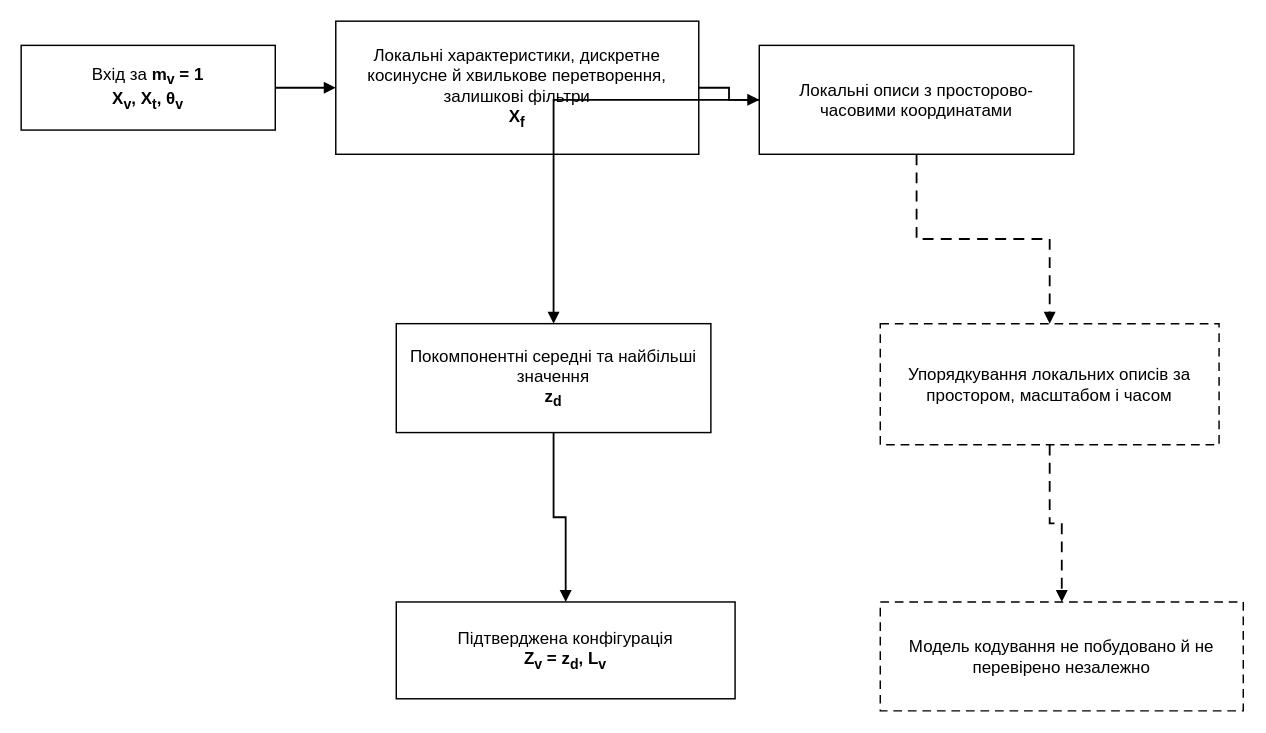
Above: title/figures_drawio/fig_3_3_wavelet_tokenization.drawio in oleksandrmelnychenko/dima-phd (draw.io), before the change. Source tidied: cells renumbered, new cells numbered last; positions are measured from the earlier drawing's top-left corner, leaving out a move shared by most shapes. Both pictures are drawn from the tidied source at 121%, with x=0, y=0 at pixel (21, 21).
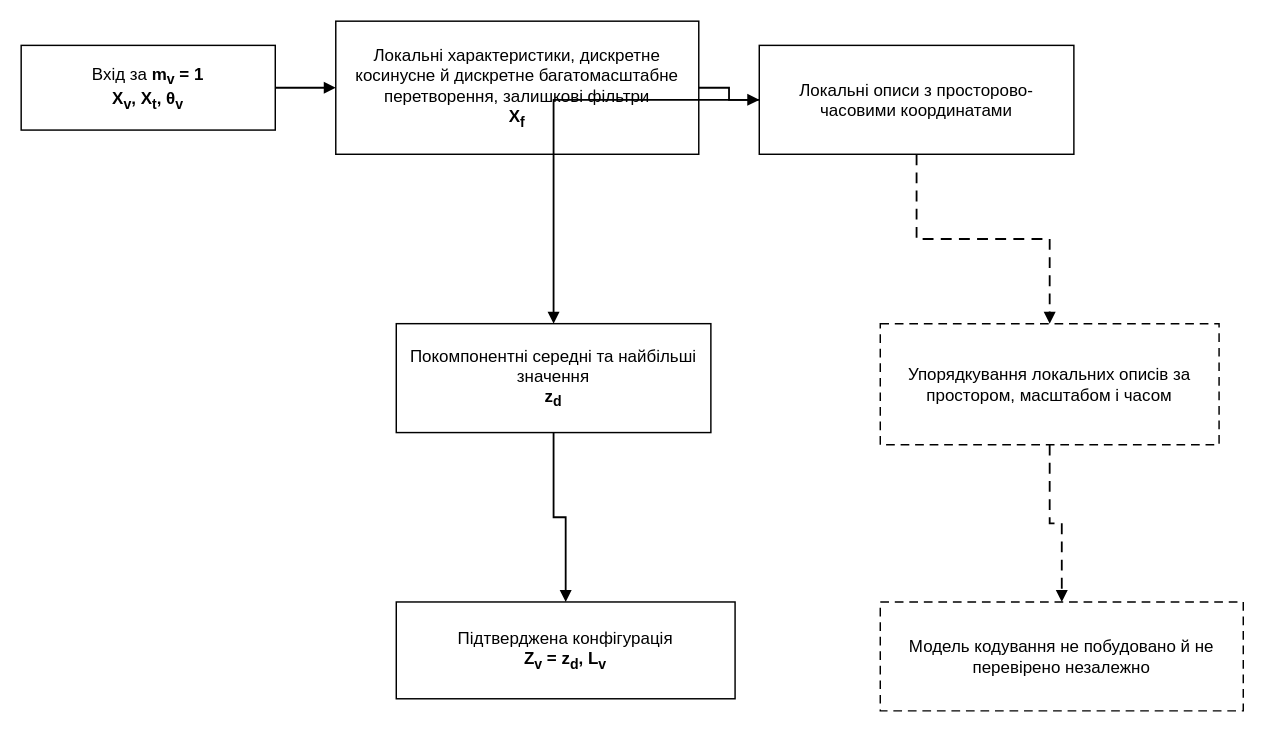
The same diagram, later.

Diff of the diagram source:
```diff
@@
 <mxGraphModel>
   <root>
     <mxCell id="0" />
     <mxCell id="1" parent="0" />
     <mxCell id="2" value="Вхід за &lt;b&gt;m&lt;sub&gt;v&lt;/sub&gt; = 1&lt;/b&gt;&lt;br&gt;&lt;b&gt;X&lt;sub&gt;v&lt;/sub&gt;, X&lt;sub&gt;t&lt;/sub&gt;, θ&lt;sub&gt;v&lt;/sub&gt;&lt;/b&gt;" style="rounded=0;whiteSpace=wrap;html=1;fillColor=#ffffff;strokeColor=#000000;strokeWidth=1.2;fontColor=#000000;fontSize=14;align=center;verticalAlign=middle;spacing=8;" parent="1" vertex="1">
       <mxGeometry y="20" width="210" height="70" as="geometry" />
     </mxCell>
-    <mxCell id="3" value="Локальні характеристики, дискретне косинусне й хвилькове перетворення, залишкові фільтри&lt;br&gt;&lt;b&gt;X&lt;sub&gt;f&lt;/sub&gt;&lt;/b&gt;" style="rounded=0;whiteSpace=wrap;html=1;fillColor=#ffffff;strokeColor=#000000;strokeWidth=1.2;fontColor=#000000;fontSize=14;align=center;verticalAlign=middle;spacing=8;" parent="1" vertex="1">
+    <mxCell id="3" value="Локальні характеристики, дискретне косинусне й дискретне багатомасштабне перетворення, залишкові фільтри&lt;br&gt;&lt;b&gt;X&lt;sub&gt;f&lt;/sub&gt;&lt;/b&gt;" style="rounded=0;whiteSpace=wrap;html=1;fillColor=#ffffff;strokeColor=#000000;strokeWidth=1.2;fontColor=#000000;fontSize=14;align=center;verticalAlign=middle;spacing=8;" parent="1" vertex="1">
       <mxGeometry x="260" width="300" height="110" as="geometry" />
     </mxCell>
     <mxCell id="4" value="Локальні описи з просторово-часовими координатами" style="rounded=0;whiteSpace=wrap;html=1;fillColor=#ffffff;strokeColor=#000000;strokeWidth=1.2;fontColor=#000000;fontSize=14;align=center;verticalAlign=middle;spacing=8;" parent="1" vertex="1">
       <mxGeometry x="610" y="20" width="260" height="90" as="geometry" />
     </mxCell>
     <mxCell id="5" value="Покомпонентні середні та найбільші значення&lt;br&gt;&lt;b&gt;z&lt;sub&gt;d&lt;/sub&gt;&lt;/b&gt;" style="rounded=0;whiteSpace=wrap;html=1;fillColor=#ffffff;strokeColor=#000000;strokeWidth=1.2;fontColor=#000000;fontSize=14;align=center;verticalAlign=middle;spacing=8;" parent="1" vertex="1">
       <mxGeometry x="310" y="250" width="260" height="90" as="geometry" />
     </mxCell>
     <mxCell id="6" value="Упорядкування локальних описів за простором, масштабом і часом" style="rounded=0;whiteSpace=wrap;html=1;fillColor=#ffffff;strokeColor=#000000;strokeWidth=1.2;fontColor=#000000;fontSize=14;align=center;verticalAlign=middle;spacing=8;dashed=1;dashPattern=6 4;" parent="1" vertex="1">
       <mxGeometry x="710" y="250" width="280" height="100" as="geometry" />
     </mxCell>
     <mxCell id="7" value="Модель кодування не побудовано й не перевірено незалежно" style="rounded=0;whiteSpace=wrap;html=1;fillColor=#ffffff;strokeColor=#000000;strokeWidth=1.2;fontColor=#000000;fontSize=14;align=center;verticalAlign=middle;spacing=8;dashed=1;dashPattern=6 4;" parent="1" vertex="1">
       <mxGeometry x="710" y="480" width="300" height="90" as="geometry" />
     </mxCell>
     <mxCell id="8" value="Підтверджена конфігурація&lt;br&gt;&lt;b&gt;Z&lt;sub&gt;v&lt;/sub&gt; = z&lt;sub&gt;d&lt;/sub&gt;, L&lt;sub&gt;v&lt;/sub&gt;&lt;/b&gt;" style="rounded=0;whiteSpace=wrap;html=1;fillColor=#ffffff;strokeColor=#000000;strokeWidth=1.2;fontColor=#000000;fontSize=14;align=center;verticalAlign=middle;spacing=8;" parent="1" vertex="1">
       <mxGeometry x="310" y="480" width="280" height="80" as="geometry" />
     </mxCell>
     <mxCell id="9" style="edgeStyle=orthogonalEdgeStyle;rounded=0;jettySize=auto;html=1;endArrow=block;endFill=1;strokeColor=#000000;strokeWidth=1.5;" parent="1" edge="1" source="2" target="3">
       <mxGeometry relative="1" as="geometry" />
     </mxCell>
     <mxCell id="10" style="edgeStyle=orthogonalEdgeStyle;rounded=0;jettySize=auto;html=1;endArrow=block;endFill=1;strokeColor=#000000;strokeWidth=1.5;" parent="1" edge="1" source="3" target="4">
       <mxGeometry relative="1" as="geometry" />
     </mxCell>
     <mxCell id="11" style="edgeStyle=orthogonalEdgeStyle;rounded=0;jettySize=auto;html=1;endArrow=block;endFill=1;strokeColor=#000000;strokeWidth=1.5;" parent="1" edge="1" source="4" target="5">
       <mxGeometry relative="1" as="geometry" />
     </mxCell>
     <mxCell id="12" style="edgeStyle=orthogonalEdgeStyle;rounded=0;jettySize=auto;html=1;endArrow=block;endFill=1;strokeColor=#000000;strokeWidth=1.5;dashed=1;dashPattern=6 4;" parent="1" edge="1" source="4" target="6">
       <mxGeometry relative="1" as="geometry" />
     </mxCell>
     <mxCell id="13" style="edgeStyle=orthogonalEdgeStyle;rounded=0;jettySize=auto;html=1;endArrow=block;endFill=1;strokeColor=#000000;strokeWidth=1.5;dashed=1;dashPattern=6 4;" parent="1" edge="1" source="6" target="7">
       <mxGeometry relative="1" as="geometry" />
     </mxCell>
     <mxCell id="14" style="edgeStyle=orthogonalEdgeStyle;rounded=0;jettySize=auto;html=1;endArrow=block;endFill=1;strokeColor=#000000;strokeWidth=1.5;" parent="1" edge="1" source="5" target="8">
       <mxGeometry relative="1" as="geometry" />
     </mxCell>
   </root>
 </mxGraphModel>
```
